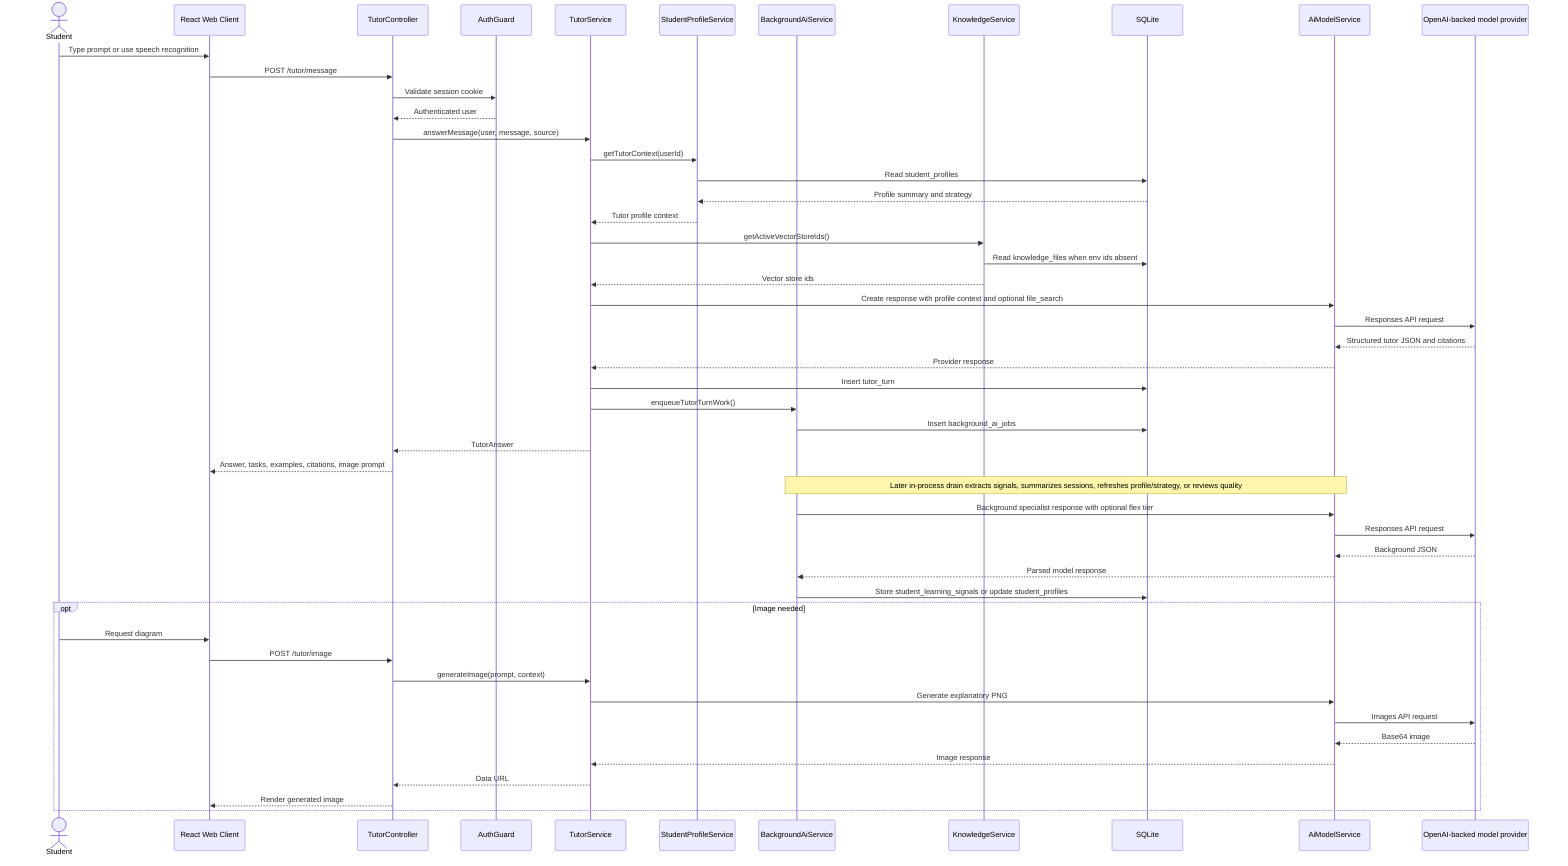
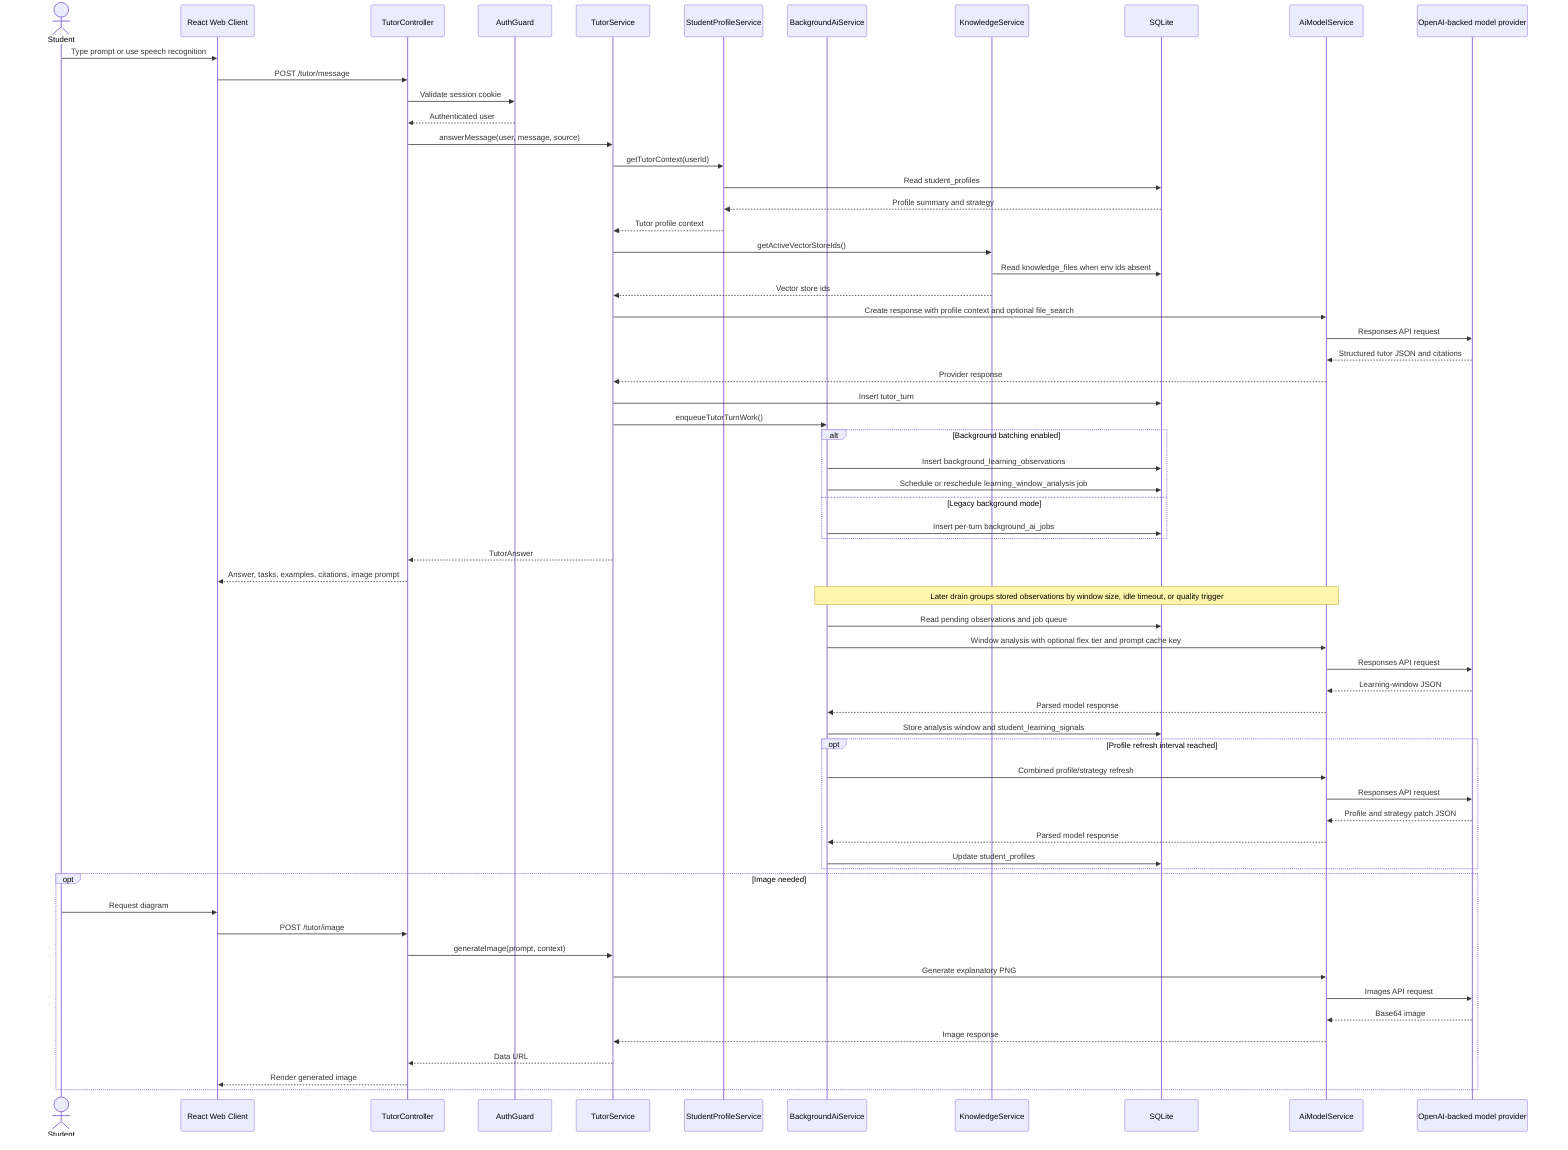
sequenceDiagram
  actor Student
  participant Web as React Web Client
  participant API as TutorController
  participant Auth as AuthGuard
  participant Tutor as TutorService
  participant Profile as StudentProfileService
  participant Background as BackgroundAiService
  participant Knowledge as KnowledgeService
  participant DB as SQLite
  participant AIModel as AiModelService
  participant OpenAI as OpenAI-backed model provider

  Student->>Web: Type prompt or use speech recognition
  Web->>API: POST /tutor/message
  API->>Auth: Validate session cookie
  Auth-->>API: Authenticated user
  API->>Tutor: answerMessage(user, message, source)
  Tutor->>Profile: getTutorContext(userId)
  Profile->>DB: Read student_profiles
  DB-->>Profile: Profile summary and strategy
  Profile-->>Tutor: Tutor profile context
  Tutor->>Knowledge: getActiveVectorStoreIds()
  Knowledge->>DB: Read knowledge_files when env ids absent
  Knowledge-->>Tutor: Vector store ids
  Tutor->>AIModel: Create response with profile context and optional file_search
  AIModel->>OpenAI: Responses API request
  OpenAI-->>AIModel: Structured tutor JSON and citations
  AIModel-->>Tutor: Provider response
  Tutor->>DB: Insert tutor_turn
  Tutor->>Background: enqueueTutorTurnWork()
-   Background->>DB: Insert background_ai_jobs
+   alt Background batching enabled
+     Background->>DB: Insert background_learning_observations
+     Background->>DB: Schedule or reschedule learning_window_analysis job
+   else Legacy background mode
+     Background->>DB: Insert per-turn background_ai_jobs
+   end
  Tutor-->>API: TutorAnswer
  API-->>Web: Answer, tasks, examples, citations, image prompt
-   Note over Background,AIModel: Later in-process drain extracts signals, summarizes sessions, refreshes profile/strategy, or reviews quality
-   Background->>AIModel: Background specialist response with optional flex tier
+   Note over Background,AIModel: Later drain groups stored observations by window size, idle timeout, or quality trigger
+   Background->>DB: Read pending observations and job queue
+   Background->>AIModel: Window analysis with optional flex tier and prompt cache key
  AIModel->>OpenAI: Responses API request
-   OpenAI-->>AIModel: Background JSON
+   OpenAI-->>AIModel: Learning-window JSON
  AIModel-->>Background: Parsed model response
-   Background->>DB: Store student_learning_signals or update student_profiles
+   Background->>DB: Store analysis window and student_learning_signals
+   opt Profile refresh interval reached
+     Background->>AIModel: Combined profile/strategy refresh
+     AIModel->>OpenAI: Responses API request
+     OpenAI-->>AIModel: Profile and strategy patch JSON
+     AIModel-->>Background: Parsed model response
+     Background->>DB: Update student_profiles
+   end
  opt Image needed
    Student->>Web: Request diagram
    Web->>API: POST /tutor/image
    API->>Tutor: generateImage(prompt, context)
    Tutor->>AIModel: Generate explanatory PNG
    AIModel->>OpenAI: Images API request
    OpenAI-->>AIModel: Base64 image
    AIModel-->>Tutor: Image response
    Tutor-->>API: Data URL
    API-->>Web: Render generated image
  end
